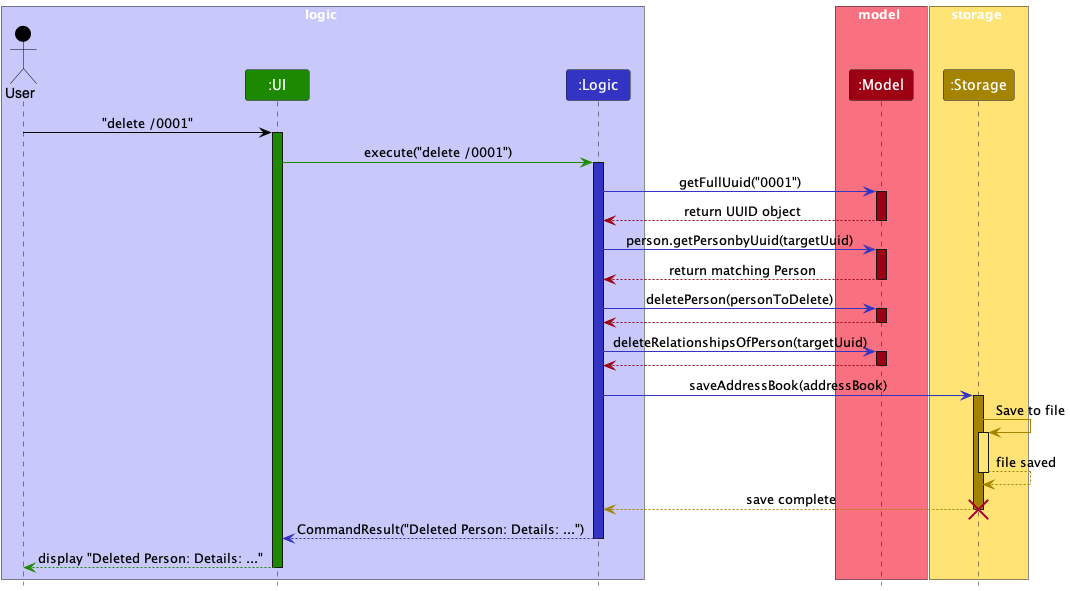
The PlantUML diagram docs/images/DeletePersonSequenceDiagram.png in Emberlynn-Loo/tp, before a commit.
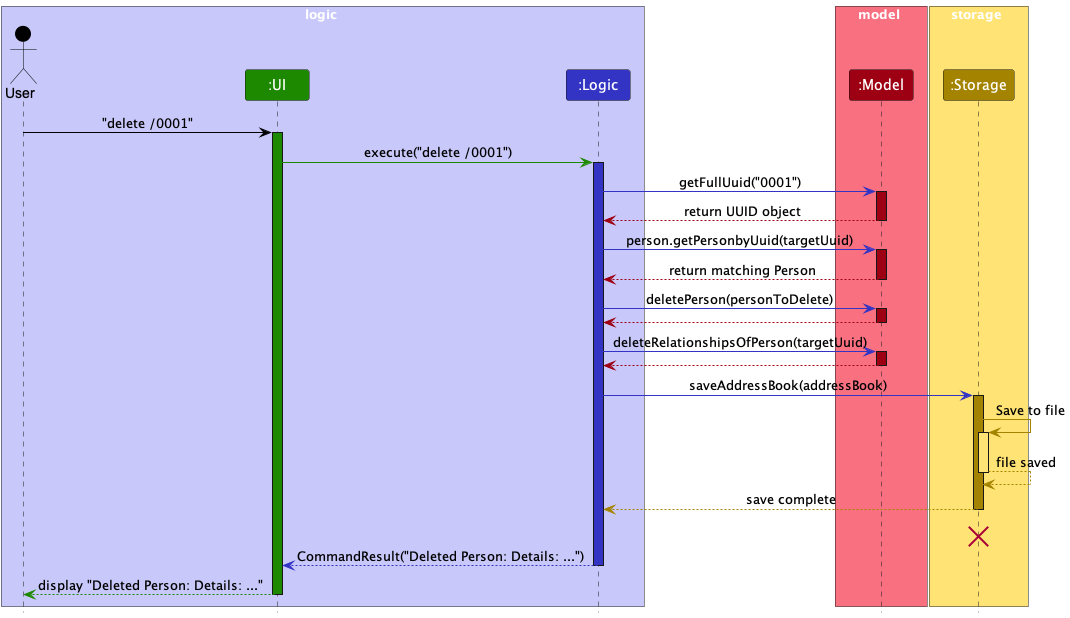
Later version of the same file.

Change to the diagram source:
```diff
@@ -53,6 +53,7 @@
 
 storage --[STORAGE_COLOR]> logic : save complete
 deactivate storage
+storage --[HIDDEN]> storage :
 destroy storage
 
 logic --[LOGIC_COLOR]> ui : CommandResult("Deleted Person: Details: ...")
```
